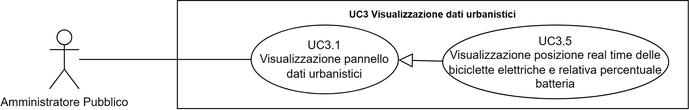
SWATEngineering/Docs keeps this draw.io diagram as src/3_PB/AnalisiDeiRequisiti/assets/UML/UC3.5_Visualizzazione-posizione-real-time-delle-biciclette-elettriche-e-relativa-percentuale-batteria.png. Above is the earlier version. Source tidied: cells renumbered, new cells last; positions are measured from the earlier drawing's top-left corner, leaving out a move shared by most shapes.
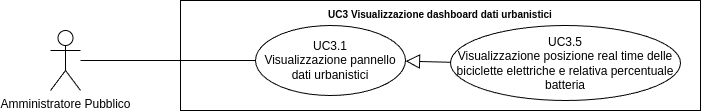
After the commit.

The edit, as a diff of the source:
```diff
@@ -5,7 +5,7 @@
     <mxCell id="2" value="Amministratore Pubblico" style="shape=umlActor;verticalLabelPosition=bottom;verticalAlign=top;html=1;outlineConnect=0;" parent="1" vertex="1">
       <mxGeometry y="30" width="30" height="60" as="geometry" />
     </mxCell>
-    <mxCell id="3" value="&lt;b style=&quot;border-color: var(--border-color); font-size: 10px;&quot;&gt;UC3 Visualizzazione dati urbanistici&lt;/b&gt;" style="shape=rect;html=1;verticalAlign=top;fontStyle=1;whiteSpace=wrap;align=center;" parent="1" vertex="1">
+    <mxCell id="3" value="&lt;b style=&quot;border-color: var(--border-color); font-size: 10px;&quot;&gt;UC3 Visualizzazione dashboard dati urbanistici&lt;/b&gt;" style="shape=rect;html=1;verticalAlign=top;fontStyle=1;whiteSpace=wrap;align=center;" parent="1" vertex="1">
       <mxGeometry x="130" width="520" height="110" as="geometry" />
     </mxCell>
     <mxCell id="4" style="edgeStyle=none;html=1;endArrow=none;verticalAlign=bottom;rounded=0;" parent="1" edge="1" source="2" target="6">
```
